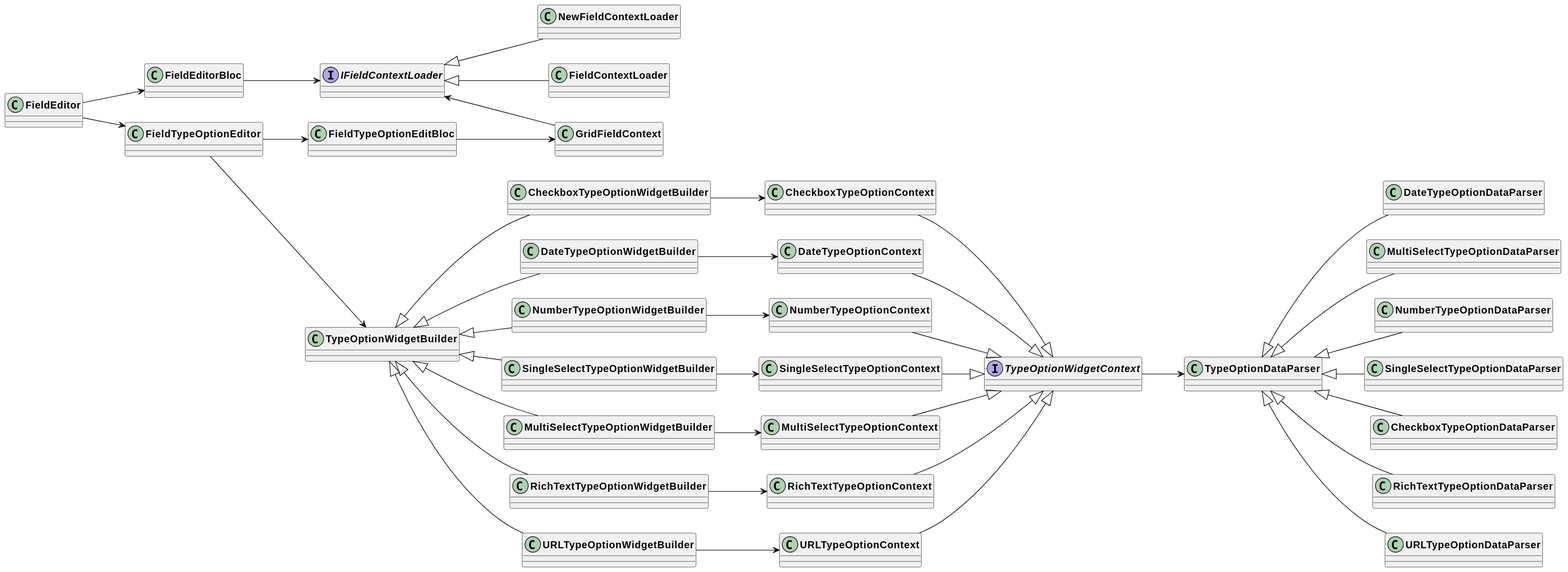
Before: uml/output/Field_Editor.svg, a diagram exported from PlantUML (AppFlowy-IO/AppFlowy-Docs). Source of this version:
```plantuml
@startuml Field Editor
skinparam classFontStyle Bold
skinparam ActivityBackgroundColor Silver
skinparam ActivityBorderColor DimGray
left to right direction

interface IFieldContextLoader
interface TypeOptionWidgetContext

FieldEditor --> FieldEditorBloc
FieldEditor --> FieldTypeOptionEditor

FieldEditorBloc --> IFieldContextLoader
NewFieldContextLoader -u-|> IFieldContextLoader
FieldContextLoader -u-|> IFieldContextLoader

FieldTypeOptionEditor --> FieldTypeOptionEditBloc
FieldTypeOptionEditBloc --> GridFieldContext
GridFieldContext -u-> IFieldContextLoader

FieldTypeOptionEditor --> TypeOptionWidgetBuilder
CheckboxTypeOptionWidgetBuilder -u-|> TypeOptionWidgetBuilder
CheckboxTypeOptionWidgetBuilder --> CheckboxTypeOptionContext
CheckboxTypeOptionContext --|> TypeOptionWidgetContext

DateTypeOptionWidgetBuilder -u-|> TypeOptionWidgetBuilder
DateTypeOptionWidgetBuilder --> DateTypeOptionContext
DateTypeOptionContext --|> TypeOptionWidgetContext

NumberTypeOptionWidgetBuilder -u-|> TypeOptionWidgetBuilder
NumberTypeOptionWidgetBuilder --> NumberTypeOptionContext
NumberTypeOptionContext --|> TypeOptionWidgetContext

SingleSelectTypeOptionWidgetBuilder -u-|> TypeOptionWidgetBuilder
SingleSelectTypeOptionWidgetBuilder --> SingleSelectTypeOptionContext
SingleSelectTypeOptionContext --|> TypeOptionWidgetContext

MultiSelectTypeOptionWidgetBuilder -u-|> TypeOptionWidgetBuilder
MultiSelectTypeOptionWidgetBuilder --> MultiSelectTypeOptionContext
MultiSelectTypeOptionContext --|> TypeOptionWidgetContext


RichTextTypeOptionWidgetBuilder -u-|> TypeOptionWidgetBuilder
RichTextTypeOptionWidgetBuilder --> RichTextTypeOptionContext
RichTextTypeOptionContext --|> TypeOptionWidgetContext

URLTypeOptionWidgetBuilder -u-|> TypeOptionWidgetBuilder
URLTypeOptionWidgetBuilder -->URLTypeOptionContext
URLTypeOptionContext --|> TypeOptionWidgetContext

TypeOptionWidgetContext --> TypeOptionDataParser
DateTypeOptionDataParser -u-|> TypeOptionDataParser
MultiSelectTypeOptionDataParser -u-|> TypeOptionDataParser
NumberTypeOptionDataParser -u-|> TypeOptionDataParser
SingleSelectTypeOptionDataParser -u-|> TypeOptionDataParser
CheckboxTypeOptionDataParser -u-|> TypeOptionDataParser
RichTextTypeOptionDataParser -u-|> TypeOptionDataParser
URLTypeOptionDataParser -u-|> TypeOptionDataParser
@enduml
```
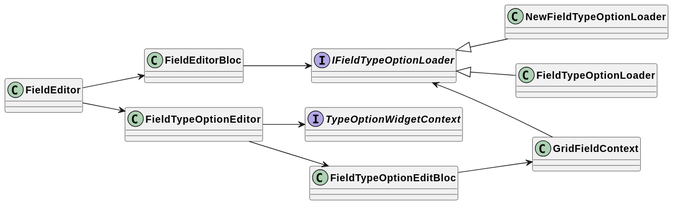
The same file after the commit.

Commit message:
chore: update grid field diagrams

Change to the diagram source:
```diff
@@ -4,56 +4,19 @@
 skinparam ActivityBorderColor DimGray
 left to right direction
 
-interface IFieldContextLoader
+interface IFieldTypeOptionLoader
 interface TypeOptionWidgetContext
 
 FieldEditor --> FieldEditorBloc
 FieldEditor --> FieldTypeOptionEditor
 
-FieldEditorBloc --> IFieldContextLoader
-NewFieldContextLoader -u-|> IFieldContextLoader
-FieldContextLoader -u-|> IFieldContextLoader
+FieldEditorBloc --> IFieldTypeOptionLoader
+NewFieldTypeOptionLoader -u-|> IFieldTypeOptionLoader
+FieldTypeOptionLoader -u-|> IFieldTypeOptionLoader
 
 FieldTypeOptionEditor --> FieldTypeOptionEditBloc
 FieldTypeOptionEditBloc --> GridFieldContext
-GridFieldContext -u-> IFieldContextLoader
+GridFieldContext -u-> IFieldTypeOptionLoader
 
-FieldTypeOptionEditor --> TypeOptionWidgetBuilder
-CheckboxTypeOptionWidgetBuilder -u-|> TypeOptionWidgetBuilder
-CheckboxTypeOptionWidgetBuilder --> CheckboxTypeOptionContext
-CheckboxTypeOptionContext --|> TypeOptionWidgetContext
-
-DateTypeOptionWidgetBuilder -u-|> TypeOptionWidgetBuilder
-DateTypeOptionWidgetBuilder --> DateTypeOptionContext
-DateTypeOptionContext --|> TypeOptionWidgetContext
-
-NumberTypeOptionWidgetBuilder -u-|> TypeOptionWidgetBuilder
-NumberTypeOptionWidgetBuilder --> NumberTypeOptionContext
-NumberTypeOptionContext --|> TypeOptionWidgetContext
-
-SingleSelectTypeOptionWidgetBuilder -u-|> TypeOptionWidgetBuilder
-SingleSelectTypeOptionWidgetBuilder --> SingleSelectTypeOptionContext
-SingleSelectTypeOptionContext --|> TypeOptionWidgetContext
-
-MultiSelectTypeOptionWidgetBuilder -u-|> TypeOptionWidgetBuilder
-MultiSelectTypeOptionWidgetBuilder --> MultiSelectTypeOptionContext
-MultiSelectTypeOptionContext --|> TypeOptionWidgetContext
-
-
-RichTextTypeOptionWidgetBuilder -u-|> TypeOptionWidgetBuilder
-RichTextTypeOptionWidgetBuilder --> RichTextTypeOptionContext
-RichTextTypeOptionContext --|> TypeOptionWidgetContext
-
-URLTypeOptionWidgetBuilder -u-|> TypeOptionWidgetBuilder
-URLTypeOptionWidgetBuilder -->URLTypeOptionContext
-URLTypeOptionContext --|> TypeOptionWidgetContext
-
-TypeOptionWidgetContext --> TypeOptionDataParser
-DateTypeOptionDataParser -u-|> TypeOptionDataParser
-MultiSelectTypeOptionDataParser -u-|> TypeOptionDataParser
-NumberTypeOptionDataParser -u-|> TypeOptionDataParser
-SingleSelectTypeOptionDataParser -u-|> TypeOptionDataParser
-CheckboxTypeOptionDataParser -u-|> TypeOptionDataParser
-RichTextTypeOptionDataParser -u-|> TypeOptionDataParser
-URLTypeOptionDataParser -u-|> TypeOptionDataParser
+FieldTypeOptionEditor --> TypeOptionWidgetContext
 @enduml
```
